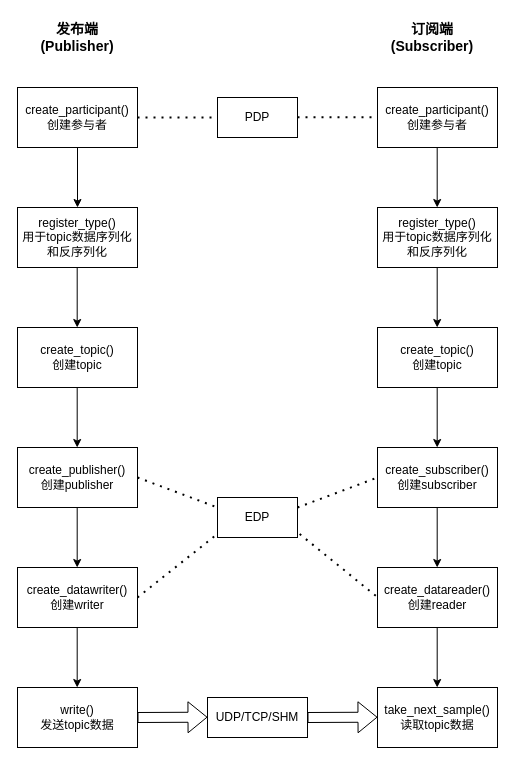
The draw.io diagram fastdds/v2.8.2/workspace_DDSHelloWorld/api.drawio in hexu1985/Collection.Of.Cpp.Utility.Tools, before the edit. Source tidied: cells renumbered, new cells numbered last; positions are measured from the earlier drawing's top-left corner, leaving out a move shared by most shapes. Both pictures are drawn from the tidied source at 100%, with x=0, y=0 at pixel (17, 17).
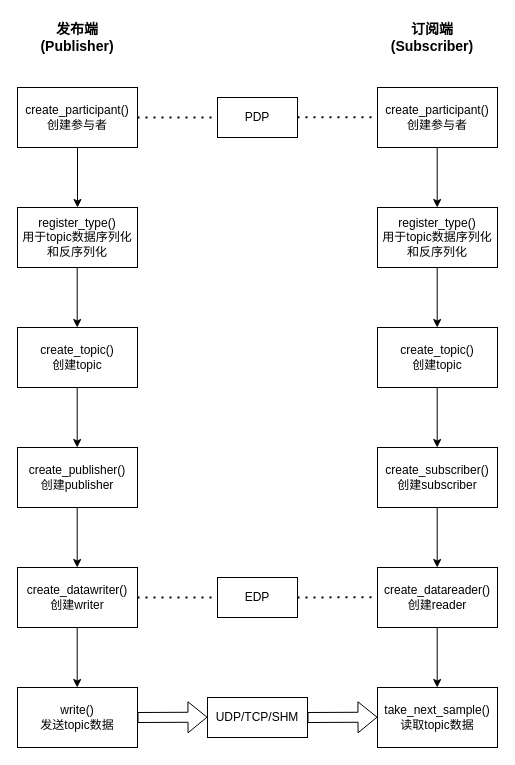
The same diagram, later.

Unchanged cells that the change refers to:
```xml
<mxCell id="31" value="create_publisher()&lt;div&gt;创建publisher&lt;/div&gt;" style="rounded=0;whiteSpace=wrap;html=1;" parent="1" vertex="1">
  <mxGeometry y="430" width="120" height="60" as="geometry" />
</mxCell>
<mxCell id="32" value="create_subscriber()&lt;div&gt;创建subscriber&lt;/div&gt;" style="rounded=0;whiteSpace=wrap;html=1;" parent="1" vertex="1">
  <mxGeometry x="360" y="430" width="120" height="60" as="geometry" />
</mxCell>
```

Diff of the diagram source:
```diff
@@
-    <mxCell id="13" style="endArrow=none;dashed=1;html=1;dashPattern=1 3;strokeWidth=2;rounded=0;exitX=1;exitY=0.5;exitDx=0;exitDy=0;entryX=0.005;entryY=0.9;entryDx=0;entryDy=0;entryPerimeter=0;" parent="1" edge="1" target="14">
+    <mxCell id="13" style="endArrow=none;dashed=1;html=1;dashPattern=1 3;strokeWidth=2;rounded=0;exitX=1;exitY=0.5;exitDx=0;exitDy=0;entryX=0;entryY=0.5;entryDx=0;entryDy=0;" parent="1" edge="1" target="14">
       <mxGeometry relative="1" as="geometry">
         <mxPoint x="120" y="580" as="sourcePoint" />
       </mxGeometry>
     </mxCell>
     <mxCell id="14" value="EDP" style="rounded=0;whiteSpace=wrap;html=1;" parent="1" vertex="1">
-      <mxGeometry x="200" y="480" width="80" height="40" as="geometry" />
+      <mxGeometry x="200" y="560" width="80" height="40" as="geometry" />
     </mxCell>
-    <mxCell id="15" style="endArrow=none;dashed=1;html=1;dashPattern=1 3;strokeWidth=2;rounded=0;exitX=1.027;exitY=0.914;exitDx=0;exitDy=0;exitPerimeter=0;" parent="1" edge="1" source="14">
+    <mxCell id="15" style="endArrow=none;dashed=1;html=1;dashPattern=1 3;strokeWidth=2;rounded=0;exitX=1;exitY=0.5;exitDx=0;exitDy=0;" parent="1" edge="1" source="14">
       <mxGeometry relative="1" as="geometry">
         <mxPoint x="360" y="579.7" as="targetPoint" />
       </mxGeometry>
     </mxCell>
@@
-    <mxCell id="35" style="endArrow=none;dashed=1;html=1;dashPattern=1 3;strokeWidth=2;rounded=0;exitX=1;exitY=0.5;exitDx=0;exitDy=0;entryX=0;entryY=0.25;entryDx=0;entryDy=0;" parent="1" edge="1" source="31" target="14">
-      <mxGeometry relative="1" as="geometry" />
-    </mxCell>
-    <mxCell id="36" style="endArrow=none;dashed=1;html=1;dashPattern=1 3;strokeWidth=2;rounded=0;exitX=1;exitY=0.25;exitDx=0;exitDy=0;entryX=0;entryY=0.5;entryDx=0;entryDy=0;" parent="1" edge="1" source="14" target="32">
-      <mxGeometry relative="1" as="geometry" />
-    </mxCell>
```
